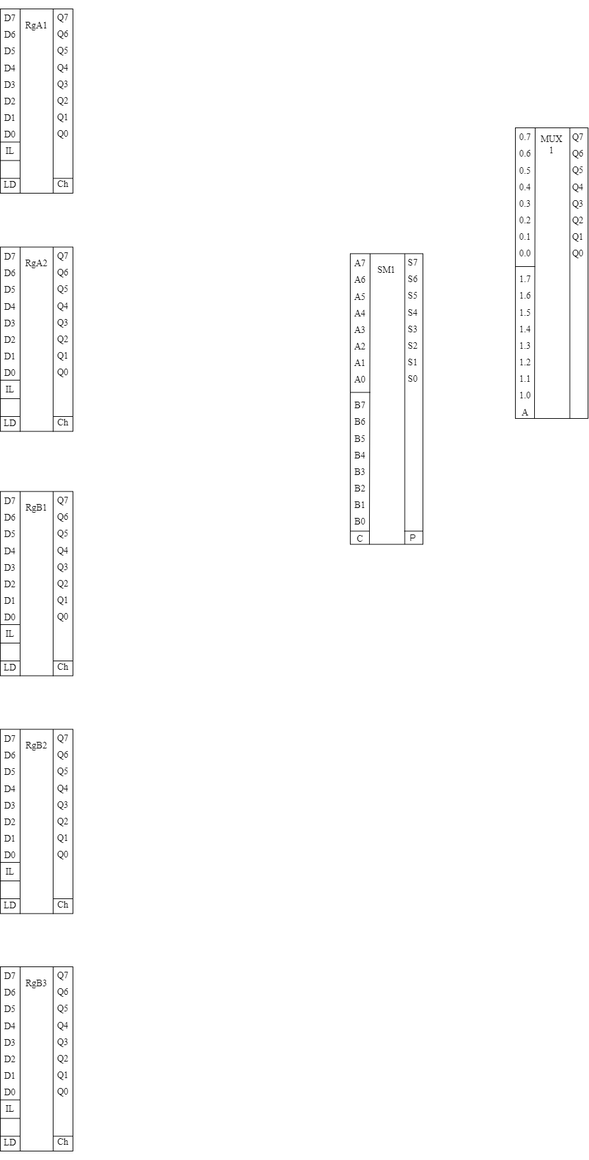
DGladkih/ptca1 keeps this draw.io diagram as ptca.drawio.png. Above is the earlier version. Source tidied: cells renumbered, new cells last; positions are measured from the earlier drawing's top-left corner, leaving out a move shared by most shapes.
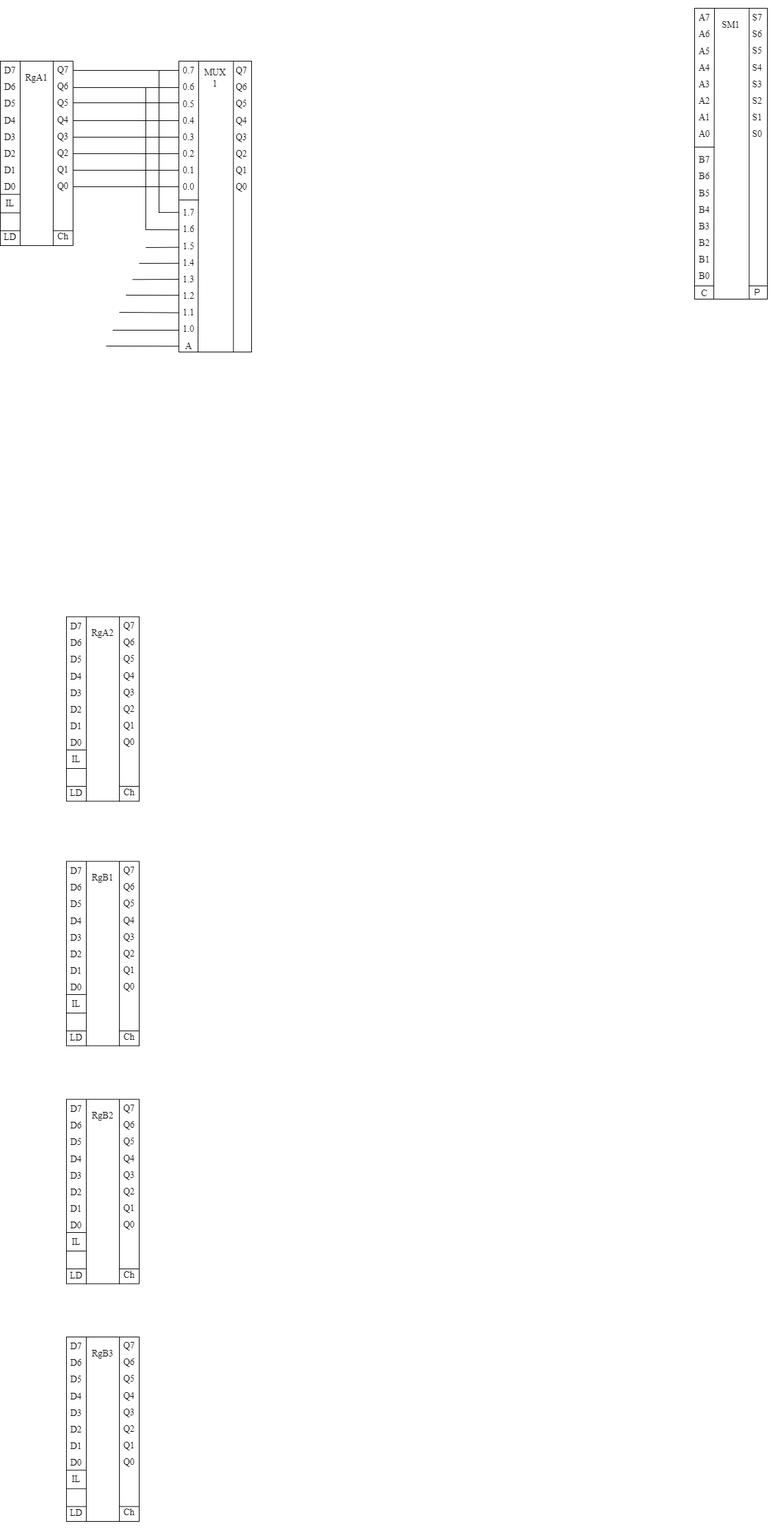
After the change.

The edit, as a diff of the source:
```diff
@@ -3,7 +3,7 @@
     <mxCell id="0" />
     <mxCell id="1" parent="0" />
     <mxCell id="2" style="group;rounded=0;" parent="1" vertex="1">
-      <mxGeometry width="110" height="280" as="geometry" />
+      <mxGeometry x="-100" y="-480" width="110" height="280" as="geometry" />
     </mxCell>
     <mxCell id="3" style="rounded=0;whiteSpace=wrap;html=1;" parent="2" vertex="1">
       <mxGeometry width="110" height="279" as="geometry" />
@@ -258,7 +258,7 @@
       </mxGeometry>
     </mxCell>
     <mxCell id="57" style="group;rounded=0;" parent="1" vertex="1">
-      <mxGeometry x="780" y="180" width="110" height="440" as="geometry" />
+      <mxGeometry x="170" y="-480" width="110" height="440" as="geometry" />
     </mxCell>
     <mxCell id="58" style="rounded=0;whiteSpace=wrap;html=1;points=[[0,0,0,0,0],[0,0.25,0,0,0],[0,0.5,0,0,0],[0,0.75,0,0,0],[0,1,0,0,0],[0.25,0,0,0,0],[0.25,1,0,0,0],[0.5,0,0,0,0],[0.5,1,0,0,0],[0.75,0,0,0,0],[0.75,1,0,0,0],[1,0,0,0,0],[1,0.06,0,0,0],[1,0.11,0,0,0],[1,0.5,0,0,0],[1,0.75,0,0,0]];" parent="57" vertex="1">
       <mxGeometry width="110" height="440" as="geometry" />
@@ -277,6 +277,51 @@
     <mxCell id="62" value="&lt;p style=&quot;line-height: 180%; font-size: 14px;&quot;&gt;&lt;font face=&quot;Times New Roman&quot; style=&quot;font-size: 14px;&quot;&gt;0.7&lt;br&gt;0.6&lt;br&gt;0.5&lt;br&gt;0.4&lt;br&gt;0.3&lt;br&gt;0.2&lt;br&gt;0.1&lt;br&gt;0.0&lt;br&gt;&lt;/font&gt;&lt;br&gt;&lt;/p&gt;" style="text;html=1;strokeColor=none;fillColor=none;align=center;verticalAlign=middle;whiteSpace=wrap;rounded=0;" parent="57" vertex="1">
       <mxGeometry width="30" height="230" as="geometry" />
     </mxCell>
+    <mxCell id="78" style="edgeStyle=none;shape=connector;rounded=0;jettySize=auto;html=1;exitX=0;exitY=0.04;exitDx=0;exitDy=0;exitPerimeter=0;labelBackgroundColor=default;strokeColor=default;align=center;verticalAlign=middle;fontFamily=Helvetica;fontSize=11;fontColor=default;endArrow=none;" parent="57" edge="1" source="63">
+      <mxGeometry relative="1" as="geometry">
+        <mxPoint x="-30" y="228.9" as="targetPoint" />
+      </mxGeometry>
+    </mxCell>
+    <mxCell id="79" style="edgeStyle=none;shape=connector;rounded=0;jettySize=auto;html=1;exitX=0;exitY=0.16;exitDx=0;exitDy=0;exitPerimeter=0;labelBackgroundColor=default;strokeColor=default;align=center;verticalAlign=middle;fontFamily=Helvetica;fontSize=11;fontColor=default;endArrow=none;" parent="57" edge="1" source="63">
+      <mxGeometry relative="1" as="geometry">
+        <mxPoint x="-50" y="255" as="targetPoint" />
+      </mxGeometry>
+    </mxCell>
+    <mxCell id="80" style="edgeStyle=none;shape=connector;rounded=0;jettySize=auto;html=1;exitX=0;exitY=0.28;exitDx=0;exitDy=0;exitPerimeter=0;labelBackgroundColor=default;strokeColor=default;align=center;verticalAlign=middle;fontFamily=Helvetica;fontSize=11;fontColor=default;endArrow=none;entryX=0;entryY=0.28;entryDx=0;entryDy=0;entryPerimeter=0;" parent="57" edge="1" source="63">
+      <mxGeometry relative="1" as="geometry">
+        <mxPoint x="-50" y="282" as="targetPoint" />
+      </mxGeometry>
+    </mxCell>
+    <mxCell id="81" style="edgeStyle=none;shape=connector;rounded=0;jettySize=auto;html=1;exitX=0;exitY=0.39;exitDx=0;exitDy=0;exitPerimeter=0;labelBackgroundColor=default;strokeColor=default;align=center;verticalAlign=middle;fontFamily=Helvetica;fontSize=11;fontColor=default;endArrow=none;" parent="57" edge="1" source="63">
+      <mxGeometry relative="1" as="geometry">
+        <mxPoint x="-60" y="305.9" as="targetPoint" />
+      </mxGeometry>
+    </mxCell>
+    <mxCell id="82" style="edgeStyle=none;shape=connector;rounded=0;jettySize=auto;html=1;exitX=0;exitY=0.5;exitDx=0;exitDy=0;exitPerimeter=0;labelBackgroundColor=default;strokeColor=default;align=center;verticalAlign=middle;fontFamily=Helvetica;fontSize=11;fontColor=default;endArrow=none;" parent="57" edge="1" source="63">
+      <mxGeometry relative="1" as="geometry">
+        <mxPoint x="-70" y="330.4" as="targetPoint" />
+      </mxGeometry>
+    </mxCell>
+    <mxCell id="83" style="edgeStyle=none;shape=connector;rounded=0;jettySize=auto;html=1;exitX=0;exitY=0.61;exitDx=0;exitDy=0;exitPerimeter=0;labelBackgroundColor=default;strokeColor=default;align=center;verticalAlign=middle;fontFamily=Helvetica;fontSize=11;fontColor=default;endArrow=none;" parent="57" edge="1" source="63">
+      <mxGeometry relative="1" as="geometry">
+        <mxPoint x="-80" y="354" as="targetPoint" />
+      </mxGeometry>
+    </mxCell>
+    <mxCell id="84" style="edgeStyle=none;shape=connector;rounded=0;jettySize=auto;html=1;exitX=0;exitY=0.73;exitDx=0;exitDy=0;exitPerimeter=0;labelBackgroundColor=default;strokeColor=default;align=center;verticalAlign=middle;fontFamily=Helvetica;fontSize=11;fontColor=default;endArrow=none;" parent="57" edge="1" source="63">
+      <mxGeometry relative="1" as="geometry">
+        <mxPoint x="-90" y="380" as="targetPoint" />
+      </mxGeometry>
+    </mxCell>
+    <mxCell id="85" style="edgeStyle=none;shape=connector;rounded=0;jettySize=auto;html=1;exitX=0;exitY=0.85;exitDx=0;exitDy=0;exitPerimeter=0;labelBackgroundColor=default;strokeColor=default;align=center;verticalAlign=middle;fontFamily=Helvetica;fontSize=11;fontColor=default;endArrow=none;" parent="57" edge="1" source="63">
+      <mxGeometry relative="1" as="geometry">
+        <mxPoint x="-100" y="407" as="targetPoint" />
+      </mxGeometry>
+    </mxCell>
+    <mxCell id="86" style="edgeStyle=none;shape=connector;rounded=0;jettySize=auto;html=1;exitX=0;exitY=0.96;exitDx=0;exitDy=0;exitPerimeter=0;labelBackgroundColor=default;strokeColor=default;align=center;verticalAlign=middle;fontFamily=Helvetica;fontSize=11;fontColor=default;endArrow=none;" parent="57" edge="1" source="63">
+      <mxGeometry relative="1" as="geometry">
+        <mxPoint x="-110" y="431" as="targetPoint" />
+      </mxGeometry>
+    </mxCell>
     <mxCell id="63" value="&lt;p style=&quot;line-height: 180%; font-size: 14px;&quot;&gt;&lt;font face=&quot;Times New Roman&quot; style=&quot;font-size: 14px;&quot;&gt;1.7&lt;br&gt;1.6&lt;br&gt;1.5&lt;br&gt;1.4&lt;br&gt;1.3&lt;br&gt;1.2&lt;br&gt;1.1&lt;br&gt;1.0&lt;br&gt;&lt;/font&gt;&lt;span style=&quot;font-family: &amp;quot;Times New Roman&amp;quot;; background-color: initial;&quot;&gt;A&lt;/span&gt;&lt;/p&gt;" style="text;html=1;strokeColor=none;fillColor=none;align=center;verticalAlign=middle;whiteSpace=wrap;rounded=0;points=[[0,0.04,0,0,0],[0,0.16,0,0,0],[0,0.28,0,0,0],[0,0.39,0,0,0],[0,0.5,0,0,0],[0,0.61,0,0,0],[0,0.73,0,0,0],[0,0.85,0,0,0],[0,0.96,0,0,0]];" parent="57" vertex="1">
       <mxGeometry y="220" width="30" height="220" as="geometry" />
     </mxCell>
@@ -290,7 +335,7 @@
       </mxGeometry>
     </mxCell>
     <mxCell id="66" style="group;rounded=0;" parent="1" vertex="1">
-      <mxGeometry x="530" y="370.5" width="115" height="440" as="geometry" />
+      <mxGeometry x="950" y="-560" width="115" height="440" as="geometry" />
     </mxCell>
     <mxCell id="67" style="rounded=0;whiteSpace=wrap;html=1;points=[[0,0,0,0,0],[0,0.25,0,0,0],[0,0.5,0,0,0],[0,0.75,0,0,0],[0,1,0,0,0],[0.25,0,0,0,0],[0.25,1,0,0,0],[0.5,0,0,0,0],[0.5,1,0,0,0],[0.75,0,0,0,0],[0.75,1,0,0,0],[1,0,0,0,0],[1,0.06,0,0,0],[1,0.11,0,0,0],[1,0.5,0,0,0],[1,0.75,0,0,0]];" parent="66" vertex="1">
       <mxGeometry width="110" height="440" as="geometry" />
@@ -336,5 +381,68 @@
         <mxPoint x="110" y="420" as="targetPoint" />
       </mxGeometry>
     </mxCell>
+    <mxCell id="87" style="edgeStyle=none;shape=connector;rounded=0;orthogonalLoop=1;jettySize=auto;html=1;exitX=0.25;exitY=0;exitDx=0;exitDy=0;labelBackgroundColor=default;strokeColor=default;align=center;verticalAlign=middle;fontFamily=Helvetica;fontSize=11;fontColor=default;endArrow=none;" parent="66" edge="1" source="68" target="68">
+      <mxGeometry relative="1" as="geometry" />
+    </mxCell>
+    <mxCell id="88" style="edgeStyle=none;shape=connector;rounded=0;orthogonalLoop=1;jettySize=auto;html=1;exitX=1;exitY=0.04;exitDx=0;exitDy=0;exitPerimeter=0;entryX=0;entryY=0.06;entryDx=0;entryDy=0;entryPerimeter=0;labelBackgroundColor=default;strokeColor=default;align=center;verticalAlign=middle;fontFamily=Helvetica;fontSize=11;fontColor=default;endArrow=none;" parent="1" edge="1">
+      <mxGeometry relative="1" as="geometry">
+        <mxPoint x="10" y="-466" as="sourcePoint" />
+        <mxPoint x="170" y="-466" as="targetPoint" />
+      </mxGeometry>
+    </mxCell>
+    <mxCell id="89" style="edgeStyle=none;shape=connector;rounded=0;orthogonalLoop=1;jettySize=auto;html=1;exitX=1;exitY=0.04;exitDx=0;exitDy=0;exitPerimeter=0;entryX=0;entryY=0.06;entryDx=0;entryDy=0;entryPerimeter=0;labelBackgroundColor=default;strokeColor=default;align=center;verticalAlign=middle;fontFamily=Helvetica;fontSize=11;fontColor=default;endArrow=none;" parent="1" edge="1">
+      <mxGeometry relative="1" as="geometry">
+        <mxPoint x="10" y="-440" as="sourcePoint" />
+        <mxPoint x="170" y="-440" as="targetPoint" />
+      </mxGeometry>
+    </mxCell>
+    <mxCell id="90" style="edgeStyle=none;shape=connector;rounded=0;orthogonalLoop=1;jettySize=auto;html=1;exitX=1;exitY=0.04;exitDx=0;exitDy=0;exitPerimeter=0;entryX=0;entryY=0.06;entryDx=0;entryDy=0;entryPerimeter=0;labelBackgroundColor=default;strokeColor=default;align=center;verticalAlign=middle;fontFamily=Helvetica;fontSize=11;fontColor=default;endArrow=none;" parent="1" edge="1">
+      <mxGeometry relative="1" as="geometry">
+        <mxPoint x="10" y="-417" as="sourcePoint" />
+        <mxPoint x="170" y="-417" as="targetPoint" />
+      </mxGeometry>
+    </mxCell>
+    <mxCell id="91" style="edgeStyle=none;shape=connector;rounded=0;orthogonalLoop=1;jettySize=auto;html=1;exitX=1;exitY=0.04;exitDx=0;exitDy=0;exitPerimeter=0;entryX=0;entryY=0.06;entryDx=0;entryDy=0;entryPerimeter=0;labelBackgroundColor=default;strokeColor=default;align=center;verticalAlign=middle;fontFamily=Helvetica;fontSize=11;fontColor=default;endArrow=none;" parent="1" edge="1">
+      <mxGeometry relative="1" as="geometry">
+        <mxPoint x="10" y="-365" as="sourcePoint" />
+        <mxPoint x="170" y="-365" as="targetPoint" />
+      </mxGeometry>
+    </mxCell>
+    <mxCell id="92" style="edgeStyle=none;shape=connector;rounded=0;orthogonalLoop=1;jettySize=auto;html=1;exitX=1;exitY=0.04;exitDx=0;exitDy=0;exitPerimeter=0;entryX=0;entryY=0.06;entryDx=0;entryDy=0;entryPerimeter=0;labelBackgroundColor=default;strokeColor=default;align=center;verticalAlign=middle;fontFamily=Helvetica;fontSize=11;fontColor=default;endArrow=none;" parent="1" edge="1">
+      <mxGeometry relative="1" as="geometry">
+        <mxPoint x="10" y="-390" as="sourcePoint" />
+        <mxPoint x="170" y="-390" as="targetPoint" />
+      </mxGeometry>
+    </mxCell>
+    <mxCell id="93" style="edgeStyle=none;shape=connector;rounded=0;orthogonalLoop=1;jettySize=auto;html=1;exitX=1;exitY=0.04;exitDx=0;exitDy=0;exitPerimeter=0;entryX=0;entryY=0.06;entryDx=0;entryDy=0;entryPerimeter=0;labelBackgroundColor=default;strokeColor=default;align=center;verticalAlign=middle;fontFamily=Helvetica;fontSize=11;fontColor=default;endArrow=none;" parent="1" edge="1">
+      <mxGeometry relative="1" as="geometry">
+        <mxPoint x="10" y="-315" as="sourcePoint" />
+        <mxPoint x="170" y="-315" as="targetPoint" />
+      </mxGeometry>
+    </mxCell>
+    <mxCell id="94" style="edgeStyle=none;shape=connector;rounded=0;orthogonalLoop=1;jettySize=auto;html=1;exitX=1;exitY=0.04;exitDx=0;exitDy=0;exitPerimeter=0;entryX=0;entryY=0.06;entryDx=0;entryDy=0;entryPerimeter=0;labelBackgroundColor=default;strokeColor=default;align=center;verticalAlign=middle;fontFamily=Helvetica;fontSize=11;fontColor=default;endArrow=none;" parent="1" edge="1">
+      <mxGeometry relative="1" as="geometry">
+        <mxPoint x="10" y="-340" as="sourcePoint" />
+        <mxPoint x="170" y="-340" as="targetPoint" />
+      </mxGeometry>
+    </mxCell>
+    <mxCell id="95" style="edgeStyle=none;shape=connector;rounded=0;orthogonalLoop=1;jettySize=auto;html=1;exitX=1;exitY=0.04;exitDx=0;exitDy=0;exitPerimeter=0;entryX=0;entryY=0.06;entryDx=0;entryDy=0;entryPerimeter=0;labelBackgroundColor=default;strokeColor=default;align=center;verticalAlign=middle;fontFamily=Helvetica;fontSize=11;fontColor=default;endArrow=none;" parent="1" edge="1">
+      <mxGeometry relative="1" as="geometry">
+        <mxPoint x="10" y="-290" as="sourcePoint" />
+        <mxPoint x="170" y="-290" as="targetPoint" />
+      </mxGeometry>
+    </mxCell>
+    <mxCell id="96" style="endArrow=none;html=1;rounded=0;labelBackgroundColor=default;strokeColor=default;align=center;verticalAlign=middle;fontFamily=Helvetica;fontSize=11;fontColor=default;shape=connector;" parent="1" edge="1">
+      <mxGeometry relative="1" as="geometry">
+        <mxPoint x="140" y="-466.5" as="sourcePoint" />
+        <mxPoint x="140" y="-250.5" as="targetPoint" />
+      </mxGeometry>
+    </mxCell>
+    <mxCell id="97" style="endArrow=none;html=1;rounded=0;labelBackgroundColor=default;strokeColor=default;align=center;verticalAlign=middle;fontFamily=Helvetica;fontSize=11;fontColor=default;shape=connector;" parent="1" edge="1">
+      <mxGeometry relative="1" as="geometry">
+        <mxPoint x="120" y="-224.5" as="sourcePoint" />
+        <mxPoint x="120" y="-440" as="targetPoint" />
+      </mxGeometry>
+    </mxCell>
   </root>
 </mxGraphModel>
```
